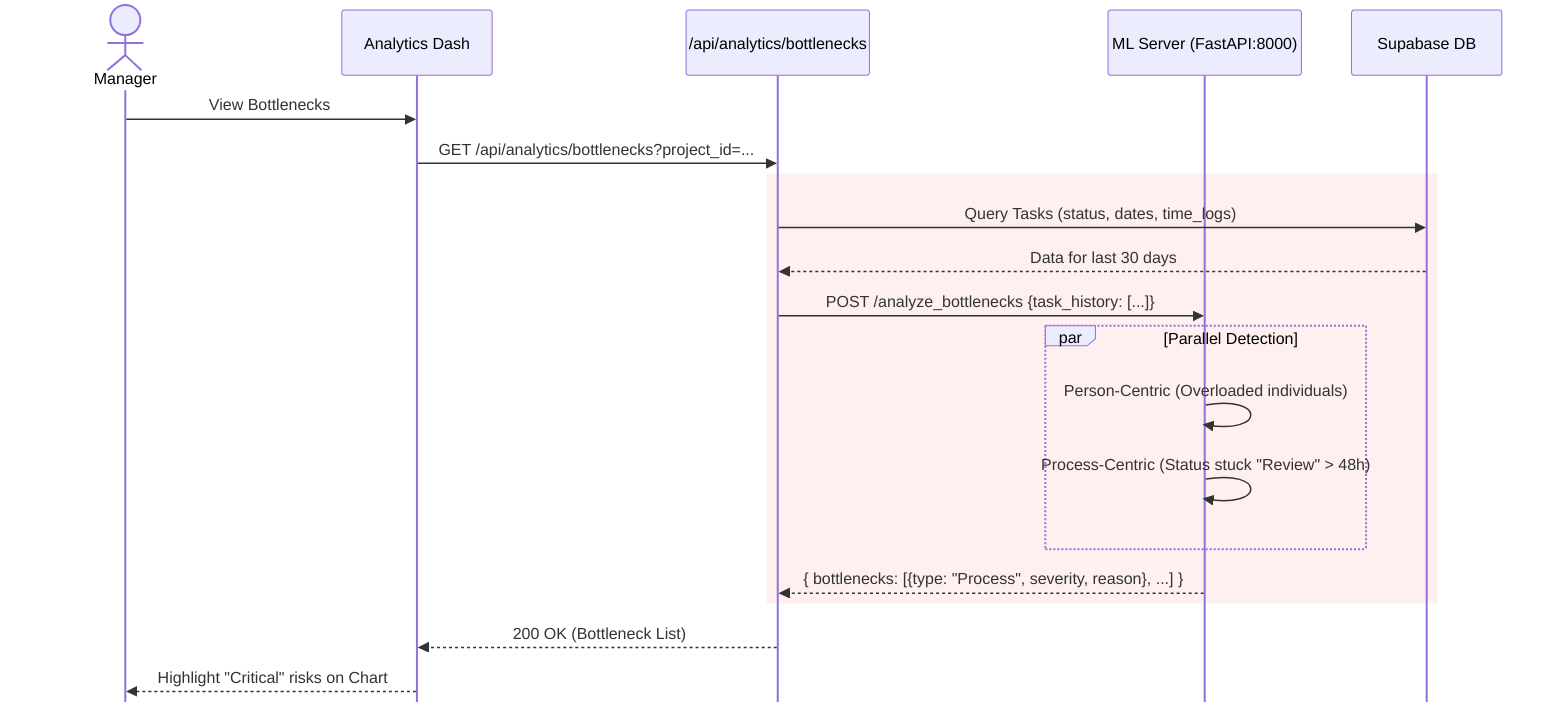
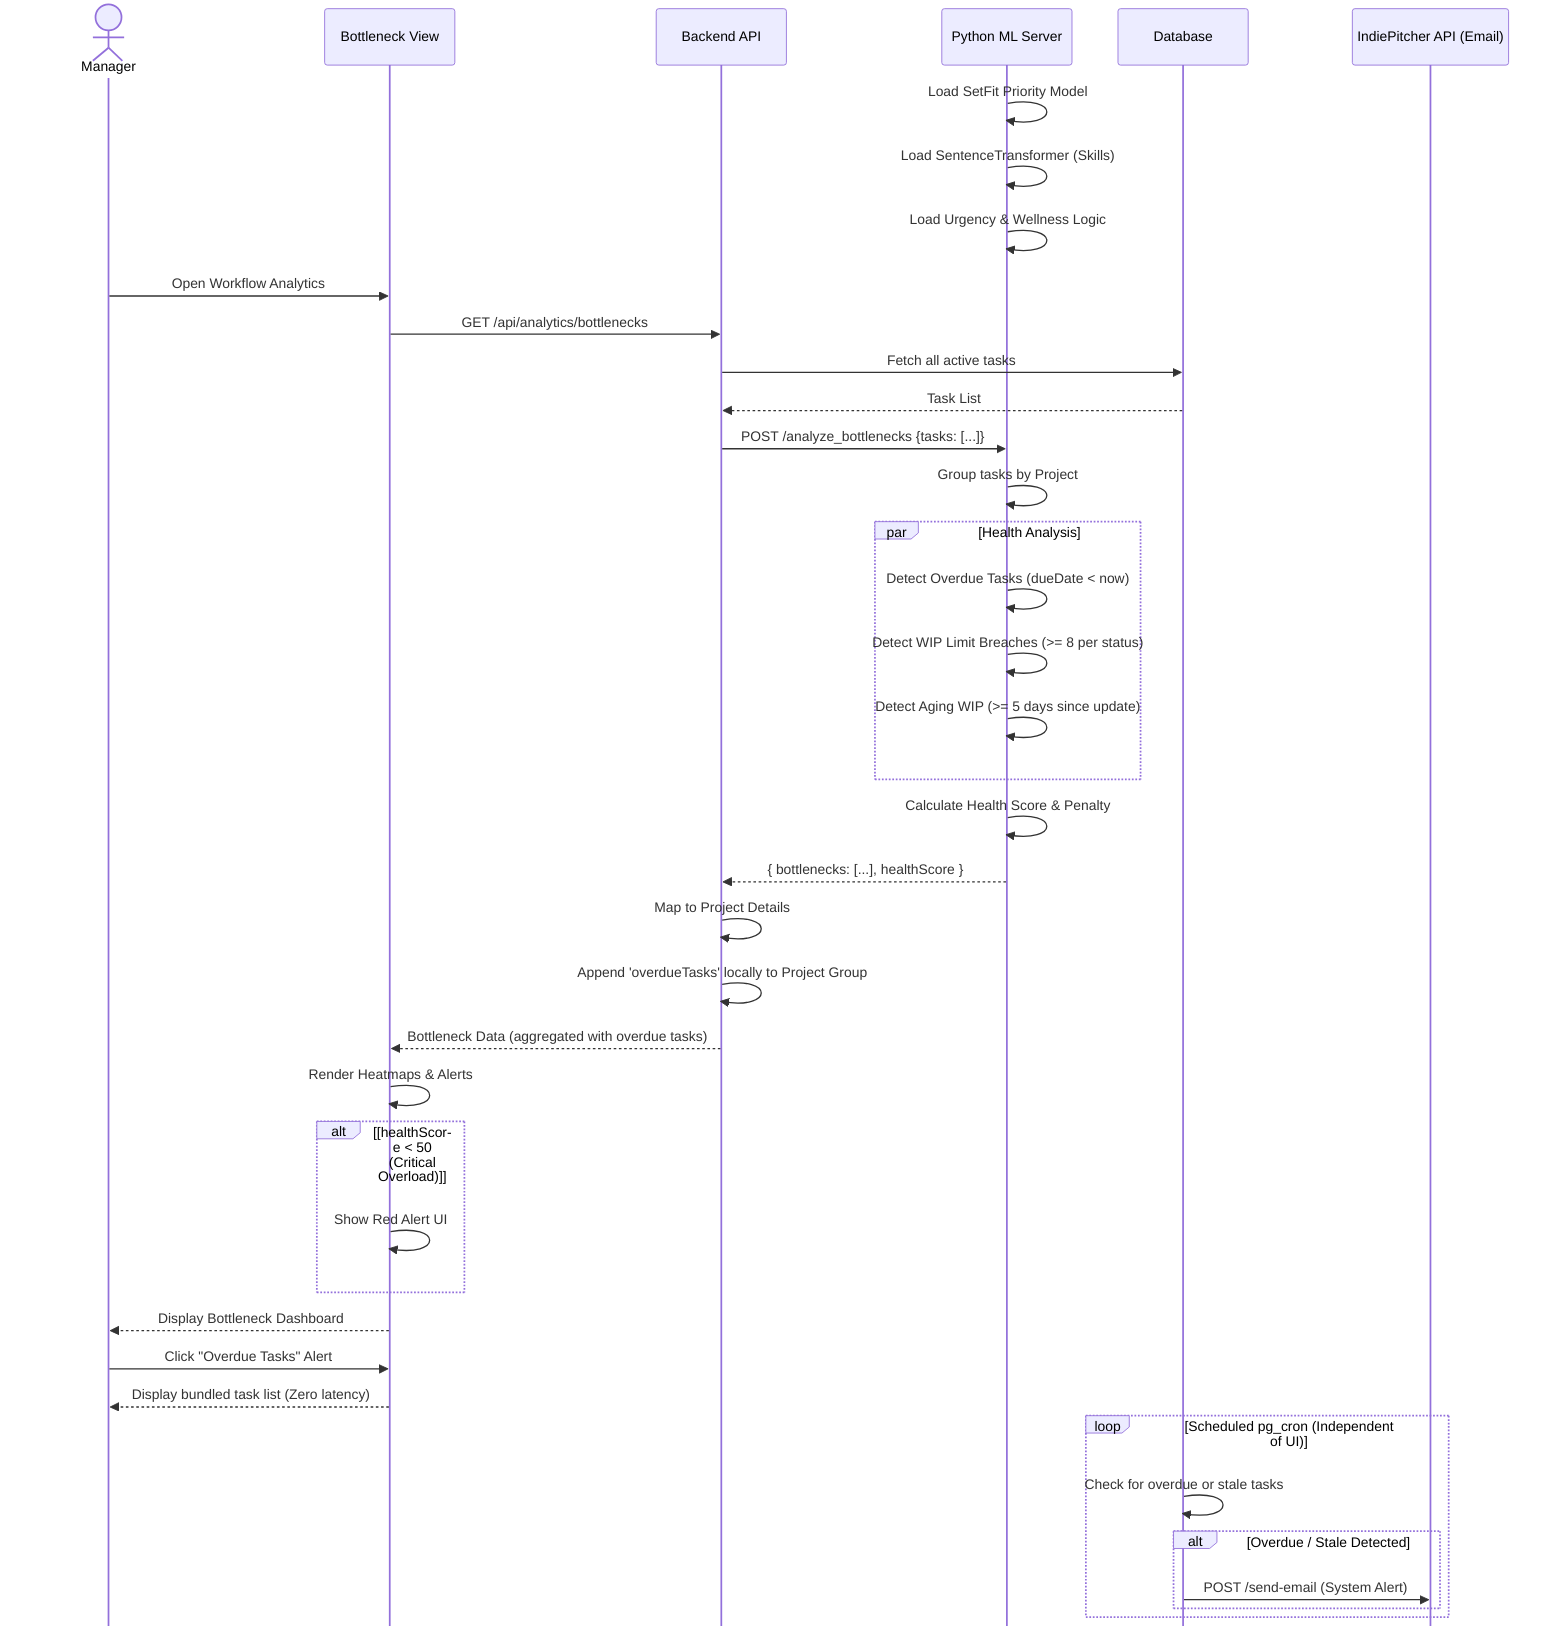
%%{init: {"sequence": {"mirrorActors": false}}}%%
sequenceDiagram
    actor Manager
-     participant UI as Analytics Dash
-     participant API as /api/analytics/bottlenecks
-     participant ML as ML Server (FastAPI:8000)
-     participant DB as Supabase DB
+     participant View as Bottleneck View
+     participant API as Backend API
+     participant ML as Python ML Server
+     participant DB as Database
+     participant IndiePitcher as IndiePitcher API (Email)

-     Manager->>UI: View Bottlenecks
-     UI->>API: GET /api/analytics/bottlenecks?project_id=...
+     ML->>ML: Load SetFit Priority Model
+     ML->>ML: Load SentenceTransformer (Skills)
+     ML->>ML: Load Urgency & Wellness Logic

-     rect rgb(255, 240, 240)
-     API->>DB: Query Tasks (status, dates, time_logs)
-     DB-->>API: Data for last 30 days
-     API->>ML: POST /analyze_bottlenecks {task_history: [...]}
+     Manager->>View: Open Workflow Analytics
+     View->>API: GET /api/analytics/bottlenecks

-     par Parallel Detection
-         ML->>ML: Person-Centric (Overloaded individuals)
-         ML->>ML: Process-Centric (Status stuck "Review" > 48h)
+     API->>DB: Fetch all active tasks
+     DB-->>API: Task List
+ 
+     API->>ML: POST /analyze_bottlenecks {tasks: [...]}
+ 
+     ML->>ML: Group tasks by Project
+ 
+     par Health Analysis
+         ML->>ML: Detect Overdue Tasks (dueDate < now)
+         ML->>ML: Detect WIP Limit Breaches (>= 8 per status)
+         ML->>ML: Detect Aging WIP (>= 5 days since update)
    end

-     ML-->>API: { bottlenecks: [{type: "Process", severity, reason}, ...] }
+     ML->>ML: Calculate Health Score & Penalty
+     ML-->>API: { bottlenecks: [...], healthScore }
+ 
+     API->>API: Map to Project Details
+     API->>API: Append 'overdueTasks' locally to Project Group
+ 
+     API-->>View: Bottleneck Data (aggregated with overdue tasks)
+ 
+     View->>View: Render Heatmaps & Alerts
+ 
+     alt [healthScore < 50 (Critical Overload)]
+         View->>View: Show Red Alert UI
    end

-     API-->>UI: 200 OK (Bottleneck List)
-     UI-->>Manager: Highlight "Critical" risks on Chart
+     View-->>Manager: Display Bottleneck Dashboard
+ 
+     Manager->>View: Click "Overdue Tasks" Alert
+     View-->>Manager: Display bundled task list (Zero latency)
+ 
+     loop Scheduled pg_cron (Independent of UI)
+         DB->>DB: Check for overdue or stale tasks
+         alt Overdue / Stale Detected
+             DB->>IndiePitcher: POST /send-email (System Alert)
+         end
+     end
+ 
